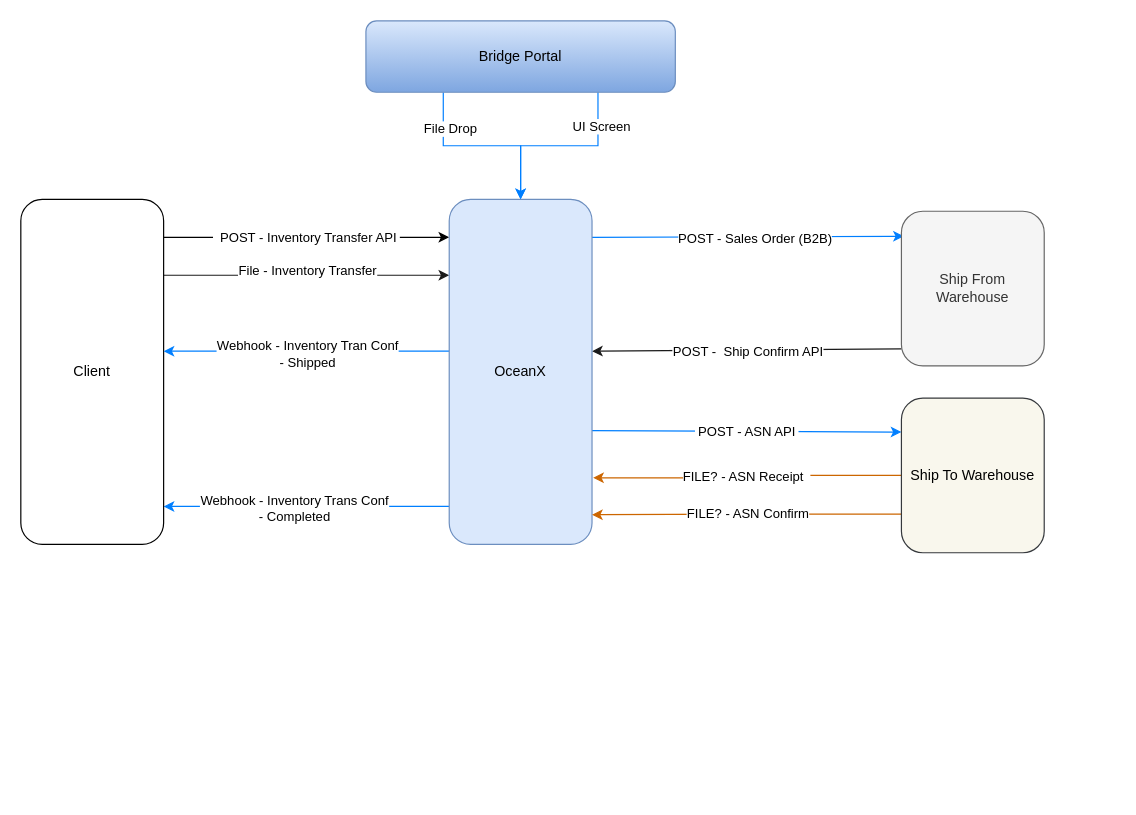
campbelltravis/Workflows keeps this draw.io diagram as page "High Level Flow" (1 of 3) of InventoryTransferFlows.drawio. Above is the earlier version. Source tidied: cells renumbered, new cells numbered last; positions are measured from the earlier drawing's top-left corner, leaving out a move shared by most shapes. Both pictures are drawn from the tidied source at 119%, with x=0, y=0 at pixel (20, 20).
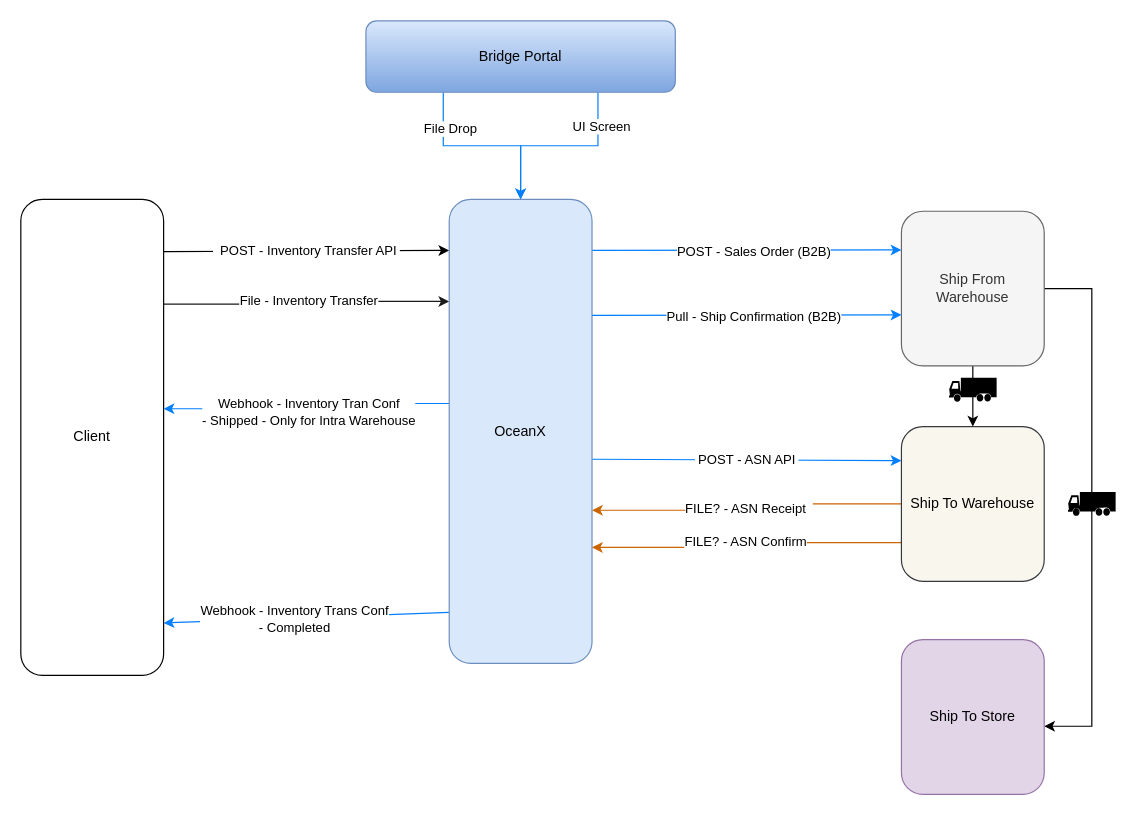
Above is the later version.

Unchanged cells that the change refers to:
```xml
<mxCell id="13" style="edgeStyle=orthogonalEdgeStyle;rounded=0;jettySize=auto;html=1;exitX=0;exitY=0.44;exitDx=0;exitDy=0;exitPerimeter=0;entryX=1;entryY=0.44;entryDx=0;entryDy=0;entryPerimeter=0;strokeColor=#007FFF;" parent="1" edge="1" source="15" target="12">
  <mxGeometry relative="1" as="geometry" />
</mxCell>
<mxCell id="16" value="Ship From Warehouse" style="rounded=1;whiteSpace=wrap;html=1;points=[[0,0,0,0,0],[0,0.11,0,0,0],[0,0.22,0,0,0],[0,0.25,0,0,0],[0,0.33,0,0,0],[0,0.44,0,0,0],[0,0.5,0,0,0],[0,0.56,0,0,0],[0,0.67,0,0,0],[0,0.75,0,0,0],[0,0.78,0,0,0],[0,0.89,0,0,0],[0,1,0,0,0],[0.25,0,0,0,0],[0.25,1,0,0,0],[0.5,0,0,0,0],[0.5,1,0,0,0],[0.75,0,0,0,0],[0.75,1,0,0,0],[1,0,0,0,0],[1,0.11,0,0,0],[1,0.22,0,0,0],[1,0.25,0,0,0],[1,0.33,0,0,0],[1,0.44,0,0,0],[1,0.5,0,0,0],[1,0.56,0,0,0],[1,0.67,0,0,0],[1,0.75,0,0,0],[1,0.78,0,0,0],[1,0.89,0,0,0],[1,1,0,0,0]];fillColor=#f5f5f5;fontColor=#333333;strokeColor=#666666;" parent="1" vertex="1">
  <mxGeometry x="740" y="160" width="120" height="130" as="geometry" />
</mxCell>
```

Diff of the diagram source:
```diff
@@
-    <mxCell id="3" style="endArrow=classic;html=1;rounded=0;exitX=1;exitY=0.11;exitDx=0;exitDy=0;exitPerimeter=0;entryX=0.017;entryY=0.162;entryDx=0;entryDy=0;entryPerimeter=0;strokeColor=#007FFF;" parent="1" edge="1" source="15" target="16">
+    <mxCell id="3" style="endArrow=classic;html=1;rounded=0;exitX=1;exitY=0.11;exitDx=0;exitDy=0;exitPerimeter=0;entryX=0;entryY=0.25;entryDx=0;entryDy=0;entryPerimeter=0;strokeColor=#007FFF;" parent="1" edge="1" source="15" target="16">
       <mxGeometry relative="1" as="geometry" />
     </mxCell>
@@
-    <mxCell id="7" value="&lt;table class=&quot;NormalTable&quot;&gt;&lt;tbody&gt;&lt;tr&gt;&lt;td width=&quot;200&quot;&gt;&lt;span class=&quot;fontstyle0&quot;&gt;POST - ASN API&lt;/span&gt;&lt;/td&gt;&lt;/tr&gt;&lt;/tbody&gt;&lt;/table&gt;" style="endArrow=classic;html=1;rounded=0;exitX=1;exitY=0.67;exitDx=0;exitDy=0;exitPerimeter=0;entryX=0;entryY=0.22;entryDx=0;entryDy=0;entryPerimeter=0;strokeColor=#007FFF;" parent="1" edge="1" source="15" target="21">
+    <mxCell id="7" value="&lt;table class=&quot;NormalTable&quot;&gt;&lt;tbody&gt;&lt;tr&gt;&lt;td width=&quot;200&quot;&gt;&lt;span class=&quot;fontstyle0&quot;&gt;POST - ASN API&lt;/span&gt;&lt;/td&gt;&lt;/tr&gt;&lt;/tbody&gt;&lt;/table&gt;" style="endArrow=classic;html=1;rounded=0;entryX=0;entryY=0.22;entryDx=0;entryDy=0;entryPerimeter=0;strokeColor=#007FFF;exitX=1;exitY=0.56;exitDx=0;exitDy=0;exitPerimeter=0;" parent="1" edge="1" source="15" target="21">
       <mxGeometry relative="1" as="geometry" />
     </mxCell>
-    <mxCell id="8" style="endArrow=classic;html=1;rounded=0;exitX=0;exitY=0.89;exitDx=0;exitDy=0;exitPerimeter=0;strokeColor=#1A1A1A;entryX=1;entryY=0.44;entryDx=0;entryDy=0;entryPerimeter=0;" parent="1" edge="1" source="16" target="15">
-      <mxGeometry relative="1" as="geometry" />
-    </mxCell>
-    <mxCell id="9" value="POST -&amp;nbsp; Ship Confirm API" style="edgeLabel;html=1;align=center;verticalAlign=middle;" parent="8" vertex="1">
-      <mxGeometry x="0.09" y="1" relative="1" as="geometry">
-        <mxPoint x="12" as="offset" />
-      </mxGeometry>
-    </mxCell>
@@
     <mxCell id="12" value="Client" style="rounded=1;whiteSpace=wrap;html=1;points=[[0,0,0,0,0],[0,0.25,0,0,0],[0,0.5,0,0,0],[0,0.75,0,0,0],[0,1,0,0,0],[0.25,0,0,0,0],[0.25,1,0,0,0],[0.5,0,0,0,0],[0.5,1,0,0,0],[0.75,0,0,0,0],[0.75,1,0,0,0],[1,0,0,0,0],[1,0.11,0,0,0],[1,0.22,0,0,0],[1,0.25,0,0,0],[1,0.33,0,0,0],[1,0.44,0,0,0],[1,0.5,0,0,0],[1,0.56,0,0,0],[1,0.67,0,0,0],[1,0.75,0,0,0],[1,0.78,0,0,0],[1,0.89,0,0,0],[1,1,0,0,0]];" parent="1" vertex="1">
-      <mxGeometry y="150" width="120" height="290" as="geometry" />
+      <mxGeometry y="150" width="120" height="400" as="geometry" />
     </mxCell>
@@
-    <mxCell id="14" value="Webhook - Inventory Tran Conf&lt;br&gt;- Shipped" style="edgeLabel;html=1;align=center;verticalAlign=middle;" parent="13" vertex="1">
+    <mxCell id="14" value="Webhook - Inventory Tran Conf&lt;br&gt;- Shipped - Only for Intra Warehouse" style="edgeLabel;html=1;align=center;verticalAlign=middle;" parent="13" vertex="1">
       <mxGeometry x="0.29" y="2" relative="1" as="geometry">
         <mxPoint x="35" as="offset" />
       </mxGeometry>
     </mxCell>
-    <mxCell id="15" value="OceanX" style="rounded=1;whiteSpace=wrap;html=1;points=[[0,0,0,0,0],[0,0.11,0,0,0],[0,0.22,0,0,0],[0,0.25,0,0,0],[0,0.33,0,0,0],[0,0.44,0,0,0],[0,0.5,0,0,0],[0,0.56,0,0,0],[0,0.67,0,0,0],[0,0.75,0,0,0],[0,0.78,0,0,0],[0,0.89,0,0,0],[0,1,0,0,0],[0.25,0,0,0,0],[0.25,1,0,0,0],[0.5,0,0,0,0],[0.5,1,0,0,0],[0.75,0,0,0,0],[0.75,1,0,0,0],[1,0,0,0,0],[1,0.11,0,0,0],[1,0.22,0,0,0],[1,0.25,0,0,0],[1,0.33,0,0,0],[1,0.44,0,0,0],[1,0.5,0,0,0],[1,0.56,0,0,0],[1,0.67,0,0,0],[1,0.75,0,0,0],[1,0.78,0,0,0],[1,0.89,0,0,0],[1,1,0,0,0]];fillColor=#dae8fc;strokeColor=#6c8ebf;" parent="1" vertex="1">
-      <mxGeometry x="360" y="150" width="120" height="290" as="geometry" />
+    <mxCell id="15" value="OceanX" style="rounded=1;whiteSpace=wrap;html=1;points=[[0,0,0,0,0],[0,0.11,0,0,0],[0,0.17,0,0,0],[0,0.22,0,0,0],[0,0.25,0,0,0],[0,0.33,0,0,0],[0,0.44,0,0,0],[0,0.5,0,0,0],[0,0.56,0,0,0],[0,0.67,0,0,0],[0,0.75,0,0,0],[0,0.78,0,0,0],[0,0.83,0,0,0],[0,0.89,0,0,0],[0,1,0,0,0],[0.25,0,0,0,0],[0.25,1,0,0,0],[0.5,0,0,0,0],[0.5,1,0,0,0],[0.75,0,0,0,0],[0.75,1,0,0,0],[1,0,0,0,0],[1,0.11,0,0,0],[1,0.14,0,0,0],[1,0.17,0,0,0],[1,0.22,0,0,0],[1,0.25,0,0,0],[1,0.33,0,0,0],[1,0.36,0,0,0],[1,0.44,0,0,0],[1,0.47,0,0,0],[1,0.5,0,0,0],[1,0.56,0,0,0],[1,0.58,0,0,0],[1,0.67,0,0,0],[1,0.71,0,0,0],[1,0.75,0,0,0],[1,0.78,0,0,0],[1,0.8,0,0,0],[1,0.83,0,0,0],[1,0.89,0,0,0],[1,0.91,0,0,0],[1,1,0,0,0]];fillColor=#dae8fc;strokeColor=#6c8ebf;" parent="1" vertex="1">
+      <mxGeometry x="360" y="150" width="120" height="390" as="geometry" />
     </mxCell>
+    <mxCell id="27" style="edgeStyle=orthogonalEdgeStyle;rounded=0;jettySize=auto;html=1;exitX=1;exitY=0.5;exitDx=0;exitDy=0;exitPerimeter=0;entryX=1;entryY=0.56;entryDx=0;entryDy=0;entryPerimeter=0;" parent="1" edge="1" source="16" target="31">
+      <mxGeometry relative="1" as="geometry">
+        <Array as="points">
+          <mxPoint x="900" y="225" />
+          <mxPoint x="900" y="593" />
+        </Array>
+      </mxGeometry>
+    </mxCell>
+    <mxCell id="28" style="edgeStyle=orthogonalEdgeStyle;rounded=0;jettySize=auto;html=1;" parent="1" edge="1" source="16" target="21">
+      <mxGeometry relative="1" as="geometry" />
+    </mxCell>
@@
-    <mxCell id="17" style="edgeStyle=orthogonalEdgeStyle;rounded=0;jettySize=auto;html=1;exitX=0;exitY=0.5;exitDx=0;exitDy=0;exitPerimeter=0;strokeColor=#CC6600;entryX=1.008;entryY=0.807;entryDx=0;entryDy=0;entryPerimeter=0;" parent="1" edge="1" source="21" target="15">
+    <mxCell id="17" style="edgeStyle=orthogonalEdgeStyle;rounded=0;jettySize=auto;html=1;exitX=0;exitY=0.5;exitDx=0;exitDy=0;exitPerimeter=0;strokeColor=#CC6600;entryX=1;entryY=0.67;entryDx=0;entryDy=0;entryPerimeter=0;" parent="1" edge="1" source="21" target="15">
       <mxGeometry relative="1" as="geometry" />
     </mxCell>
@@
-    <mxCell id="19" style="edgeStyle=orthogonalEdgeStyle;rounded=0;jettySize=auto;html=1;exitX=0;exitY=0.75;exitDx=0;exitDy=0;exitPerimeter=0;entryX=1;entryY=0.914;entryDx=0;entryDy=0;entryPerimeter=0;strokeColor=#CC6600;" parent="1" edge="1" source="21" target="15">
+    <mxCell id="19" style="edgeStyle=orthogonalEdgeStyle;rounded=0;jettySize=auto;html=1;exitX=0;exitY=0.75;exitDx=0;exitDy=0;exitPerimeter=0;entryX=1;entryY=0.75;entryDx=0;entryDy=0;entryPerimeter=0;strokeColor=#CC6600;" parent="1" edge="1" source="21" target="15">
       <mxGeometry relative="1" as="geometry" />
     </mxCell>
@@
     <mxCell id="21" value="Ship To Warehouse" style="rounded=1;whiteSpace=wrap;html=1;points=[[0,0,0,0,0],[0,0.11,0,0,0],[0,0.22,0,0,0],[0,0.25,0,0,0],[0,0.33,0,0,0],[0,0.44,0,0,0],[0,0.5,0,0,0],[0,0.56,0,0,0],[0,0.67,0,0,0],[0,0.75,0,0,0],[0,0.78,0,0,0],[0,0.89,0,0,0],[0,1,0,0,0],[0.25,0,0,0,0],[0.25,1,0,0,0],[0.5,0,0,0,0],[0.5,1,0,0,0],[0.75,0,0,0,0],[0.75,1,0,0,0],[1,0,0,0,0],[1,0.11,0,0,0],[1,0.22,0,0,0],[1,0.25,0,0,0],[1,0.33,0,0,0],[1,0.44,0,0,0],[1,0.5,0,0,0],[1,0.56,0,0,0],[1,0.67,0,0,0],[1,0.75,0,0,0],[1,0.78,0,0,0],[1,0.89,0,0,0],[1,1,0,0,0]];fillColor=#f9f7ed;strokeColor=#36393d;" parent="1" vertex="1">
-      <mxGeometry x="740" y="317" width="120" height="130" as="geometry" />
+      <mxGeometry x="740" y="341" width="120" height="130" as="geometry" />
     </mxCell>
@@
+    <mxCell id="29" style="endArrow=classic;html=1;rounded=0;exitX=1;exitY=0.25;exitDx=0;exitDy=0;exitPerimeter=0;entryX=0;entryY=0.67;entryDx=0;entryDy=0;entryPerimeter=0;strokeColor=#007FFF;" parent="1" edge="1" source="15" target="16">
+      <mxGeometry relative="1" as="geometry" />
+    </mxCell>
+    <mxCell id="30" value="Pull - Ship Confirmation (B2B)" style="edgeLabel;html=1;align=center;verticalAlign=middle;" parent="29" vertex="1">
+      <mxGeometry x="-0.12" y="-1" relative="1" as="geometry">
+        <mxPoint x="21" as="offset" />
+      </mxGeometry>
+    </mxCell>
+    <mxCell id="31" value="Ship To Store" style="rounded=1;whiteSpace=wrap;html=1;points=[[0,0,0,0,0],[0,0.11,0,0,0],[0,0.22,0,0,0],[0,0.25,0,0,0],[0,0.33,0,0,0],[0,0.44,0,0,0],[0,0.5,0,0,0],[0,0.56,0,0,0],[0,0.67,0,0,0],[0,0.75,0,0,0],[0,0.78,0,0,0],[0,0.89,0,0,0],[0,1,0,0,0],[0.25,0,0,0,0],[0.25,1,0,0,0],[0.5,0,0,0,0],[0.5,1,0,0,0],[0.75,0,0,0,0],[0.75,1,0,0,0],[1,0,0,0,0],[1,0.11,0,0,0],[1,0.22,0,0,0],[1,0.25,0,0,0],[1,0.33,0,0,0],[1,0.44,0,0,0],[1,0.5,0,0,0],[1,0.56,0,0,0],[1,0.67,0,0,0],[1,0.75,0,0,0],[1,0.78,0,0,0],[1,0.89,0,0,0],[1,1,0,0,0]];fillColor=#e1d5e7;strokeColor=#9673a6;" parent="1" vertex="1">
+      <mxGeometry x="740" y="520" width="120" height="130" as="geometry" />
+    </mxCell>
+    <mxCell id="32" style="shape=mxgraph.signs.transportation.truck_3;html=1;fillColor=#000000;strokeColor=none;verticalLabelPosition=bottom;verticalAlign=top;align=center;" parent="1" vertex="1">
+      <mxGeometry x="880" y="396" width="40" height="20" as="geometry" />
+    </mxCell>
+    <mxCell id="33" style="shape=mxgraph.signs.transportation.truck_3;html=1;fillColor=#000000;strokeColor=none;verticalLabelPosition=bottom;verticalAlign=top;align=center;" parent="1" vertex="1">
+      <mxGeometry x="780" y="300" width="40" height="20" as="geometry" />
+    </mxCell>
```
